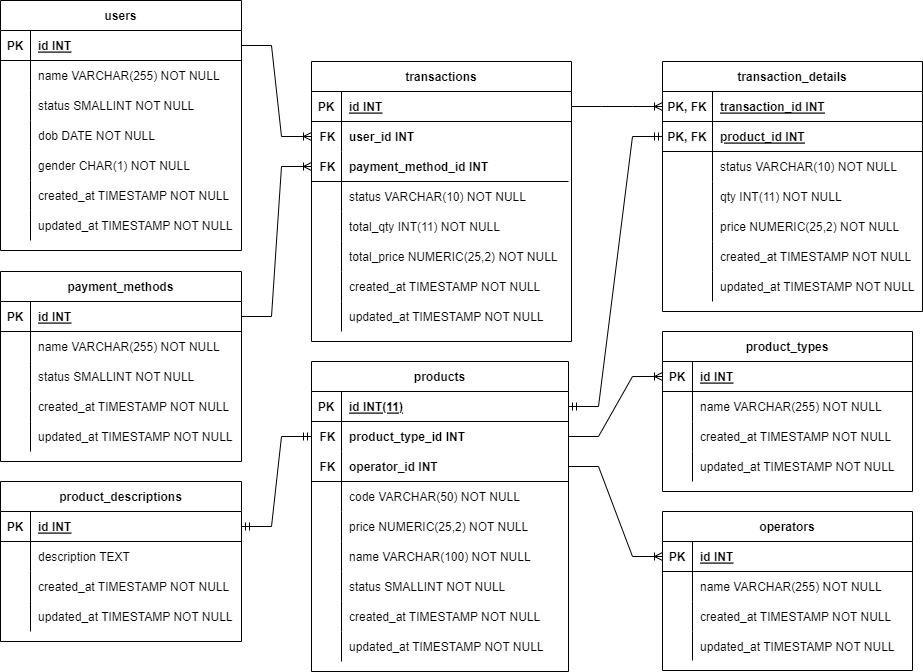
Before: 08 Introduction Database Management System, ERD, DDL/Part 1 - Schema Database.png, a diagram exported from draw.io (azkamuhamco/dataon-muhammad-azka-ramadhan). Source tidied: cells renumbered, new cells last; positions are measured from the earlier drawing's top-left corner, leaving out a move shared by most shapes.
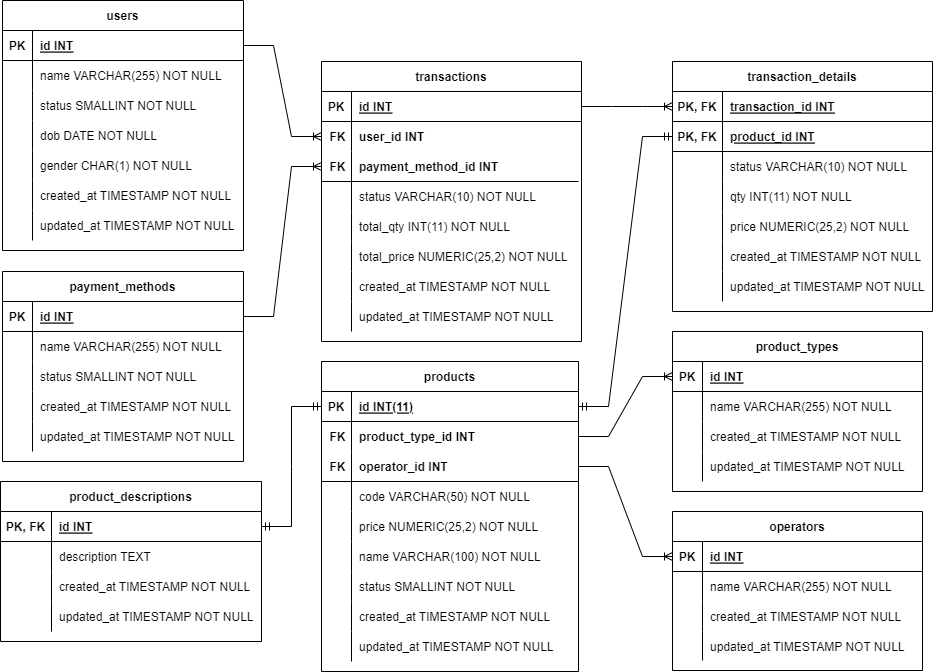
The same diagram one commit later.

What changed in the source:
```diff
@@ -183,43 +183,43 @@
       <mxGeometry y="90" width="32.8" height="30" as="geometry" />
     </mxCell>
     <mxCell id="62" value="product_descriptions" style="shape=table;startSize=30;rowLines=0;fontStyle=1;align=center;" parent="1" vertex="1">
-      <mxGeometry y="481" width="241" height="160" as="geometry" />
+      <mxGeometry x="-10" y="481" width="261" height="160" as="geometry" />
     </mxCell>
     <mxCell id="63" style="shape=tableRow;horizontal=0;startSize=0;swimlaneHead=0;swimlaneBody=0;fillColor=none;points=[[0,0.5],[1,0.5]];portConstraint=eastwest;top=0;left=0;right=0;bottom=1;" parent="62" vertex="1">
-      <mxGeometry y="30" width="241" height="30" as="geometry" />
+      <mxGeometry y="30" width="261" height="30" as="geometry" />
     </mxCell>
-    <mxCell id="64" value="PK" style="shape=partialRectangle;overflow=hidden;fillColor=none;top=0;left=0;bottom=0;right=0;fontStyle=1;" parent="63" vertex="1">
-      <mxGeometry width="30" height="30" as="geometry" />
+    <mxCell id="64" value="PK, FK" style="shape=partialRectangle;overflow=hidden;fillColor=none;top=0;left=0;bottom=0;right=0;fontStyle=1;" parent="63" vertex="1">
+      <mxGeometry width="51" height="30" as="geometry" />
     </mxCell>
     <mxCell id="65" value="id INT" style="shape=partialRectangle;overflow=hidden;fillColor=none;align=left;top=0;left=0;bottom=0;right=0;spacingLeft=6;fontStyle=5;" parent="63" vertex="1">
-      <mxGeometry x="30" width="211" height="30" as="geometry" />
+      <mxGeometry x="51" width="210" height="30" as="geometry" />
     </mxCell>
     <mxCell id="66" style="shape=tableRow;horizontal=0;startSize=0;swimlaneHead=0;swimlaneBody=0;fillColor=none;top=0;left=0;right=0;bottom=0;" parent="62" vertex="1">
-      <mxGeometry y="60" width="241" height="30" as="geometry" />
+      <mxGeometry y="60" width="261" height="30" as="geometry" />
     </mxCell>
     <mxCell id="67" style="shape=partialRectangle;overflow=hidden;fillColor=none;top=0;left=0;bottom=0;right=0;" parent="66" vertex="1">
-      <mxGeometry width="30" height="30" as="geometry" />
+      <mxGeometry width="51" height="30" as="geometry" />
     </mxCell>
     <mxCell id="68" value="description TEXT" style="shape=partialRectangle;overflow=hidden;fillColor=none;align=left;top=0;left=0;bottom=0;right=0;spacingLeft=6;" parent="66" vertex="1">
-      <mxGeometry x="30" width="211" height="30" as="geometry" />
+      <mxGeometry x="51" width="210" height="30" as="geometry" />
     </mxCell>
     <mxCell id="69" style="shape=tableRow;horizontal=0;startSize=0;swimlaneHead=0;swimlaneBody=0;fillColor=none;top=0;left=0;right=0;bottom=0;" parent="62" vertex="1">
-      <mxGeometry y="90" width="241" height="30" as="geometry" />
+      <mxGeometry y="90" width="261" height="30" as="geometry" />
     </mxCell>
     <mxCell id="70" style="shape=partialRectangle;overflow=hidden;fillColor=none;top=0;left=0;bottom=0;right=0;" parent="69" vertex="1">
-      <mxGeometry width="30" height="30" as="geometry" />
+      <mxGeometry width="51" height="30" as="geometry" />
     </mxCell>
     <mxCell id="71" value="created_at TIMESTAMP NOT NULL" style="shape=partialRectangle;overflow=hidden;fillColor=none;align=left;top=0;left=0;bottom=0;right=0;spacingLeft=6;" parent="69" vertex="1">
-      <mxGeometry x="30" width="211" height="30" as="geometry" />
+      <mxGeometry x="51" width="210" height="30" as="geometry" />
     </mxCell>
     <mxCell id="72" style="shape=tableRow;horizontal=0;startSize=0;swimlaneHead=0;swimlaneBody=0;fillColor=none;top=0;left=0;right=0;bottom=0;" parent="62" vertex="1">
-      <mxGeometry y="120" width="241" height="30" as="geometry" />
+      <mxGeometry y="120" width="261" height="30" as="geometry" />
     </mxCell>
     <mxCell id="73" style="shape=partialRectangle;overflow=hidden;fillColor=none;top=0;left=0;bottom=0;right=0;" parent="72" vertex="1">
-      <mxGeometry width="30" height="30" as="geometry" />
+      <mxGeometry width="51" height="30" as="geometry" />
     </mxCell>
     <mxCell id="74" value="updated_at TIMESTAMP NOT NULL" style="shape=partialRectangle;overflow=hidden;fillColor=none;align=left;top=0;left=0;bottom=0;right=0;spacingLeft=6;" parent="72" vertex="1">
-      <mxGeometry x="30" width="211" height="30" as="geometry" />
+      <mxGeometry x="51" width="210" height="30" as="geometry" />
     </mxCell>
     <mxCell id="75" value="transaction_details" style="shape=table;startSize=30;rowLines=0;fontStyle=1;align=center;" parent="1" vertex="1">
       <mxGeometry x="662" y="61" width="260" height="250" as="geometry" />
@@ -287,9 +287,6 @@
     <mxCell id="96" value="updated_at TIMESTAMP NOT NULL" style="shape=partialRectangle;overflow=hidden;fillColor=none;align=left;top=0;left=0;bottom=0;right=0;spacingLeft=6;" parent="94" vertex="1">
       <mxGeometry x="50" width="210" height="30" as="geometry" />
     </mxCell>
-    <mxCell id="97" style="edgeStyle=entityRelationEdgeStyle;fontSize=12;html=1;endArrow=ERmandOne;startArrow=ERmandOne;rounded=0;entryX=0;entryY=0.5;entryDx=0;entryDy=0;exitX=1;exitY=0.5;exitDx=0;exitDy=0;" parent="1" edge="1" source="63" target="35">
-      <mxGeometry relative="1" as="geometry" />
-    </mxCell>
     <mxCell id="98" style="edgeStyle=entityRelationEdgeStyle;fontSize=12;html=1;endArrow=ERmandOne;startArrow=ERmandOne;rounded=0;entryX=1;entryY=0.5;entryDx=0;entryDy=0;exitX=0;exitY=0.5;exitDx=0;exitDy=0;" parent="1" edge="1" source="79" target="32">
       <mxGeometry relative="1" as="geometry" />
     </mxCell>
@@ -369,7 +366,7 @@
       <mxGeometry x="30" width="230" height="30" as="geometry" />
     </mxCell>
     <mxCell id="124" value="payment_methods" style="shape=table;startSize=30;rowLines=0;fontStyle=1;align=center;" parent="1" vertex="1">
-      <mxGeometry y="271" width="241" height="190" as="geometry" />
+      <mxGeometry x="-8" y="271" width="241" height="190" as="geometry" />
     </mxCell>
     <mxCell id="125" style="shape=tableRow;horizontal=0;startSize=0;swimlaneHead=0;swimlaneBody=0;fillColor=none;points=[[0,0.5],[1,0.5]];portConstraint=eastwest;top=0;left=0;right=0;bottom=1;" parent="124" vertex="1">
       <mxGeometry y="30" width="241" height="30" as="geometry" />
@@ -434,7 +431,7 @@
       </mxGeometry>
     </mxCell>
     <mxCell id="145" value="users" style="shape=table;startSize=30;rowLines=0;fontStyle=1;align=center;" parent="1" vertex="1">
-      <mxGeometry width="241" height="250" as="geometry" />
+      <mxGeometry x="-8" width="241" height="250" as="geometry" />
     </mxCell>
     <mxCell id="146" style="shape=tableRow;horizontal=0;startSize=0;swimlaneHead=0;swimlaneBody=0;fillColor=none;points=[[0,0.5],[1,0.5]];portConstraint=eastwest;top=0;left=0;right=0;bottom=1;" parent="145" vertex="1">
       <mxGeometry y="30" width="241" height="30" as="geometry" />
@@ -502,5 +499,8 @@
     <mxCell id="167" style="edgeStyle=entityRelationEdgeStyle;fontSize=12;html=1;endArrow=ERoneToMany;rounded=0;exitX=1;exitY=0.5;exitDx=0;exitDy=0;entryX=0;entryY=0.5;entryDx=0;entryDy=0;" parent="1" edge="1" source="146" target="103">
       <mxGeometry relative="1" as="geometry" />
     </mxCell>
+    <mxCell id="168" style="edgeStyle=entityRelationEdgeStyle;fontSize=12;html=1;endArrow=ERmandOne;startArrow=ERmandOne;rounded=0;entryX=0;entryY=0.5;entryDx=0;entryDy=0;exitX=1;exitY=0.5;exitDx=0;exitDy=0;" parent="1" edge="1" source="63" target="32">
+      <mxGeometry relative="1" as="geometry" />
+    </mxCell>
   </root>
 </mxGraphModel>
```
